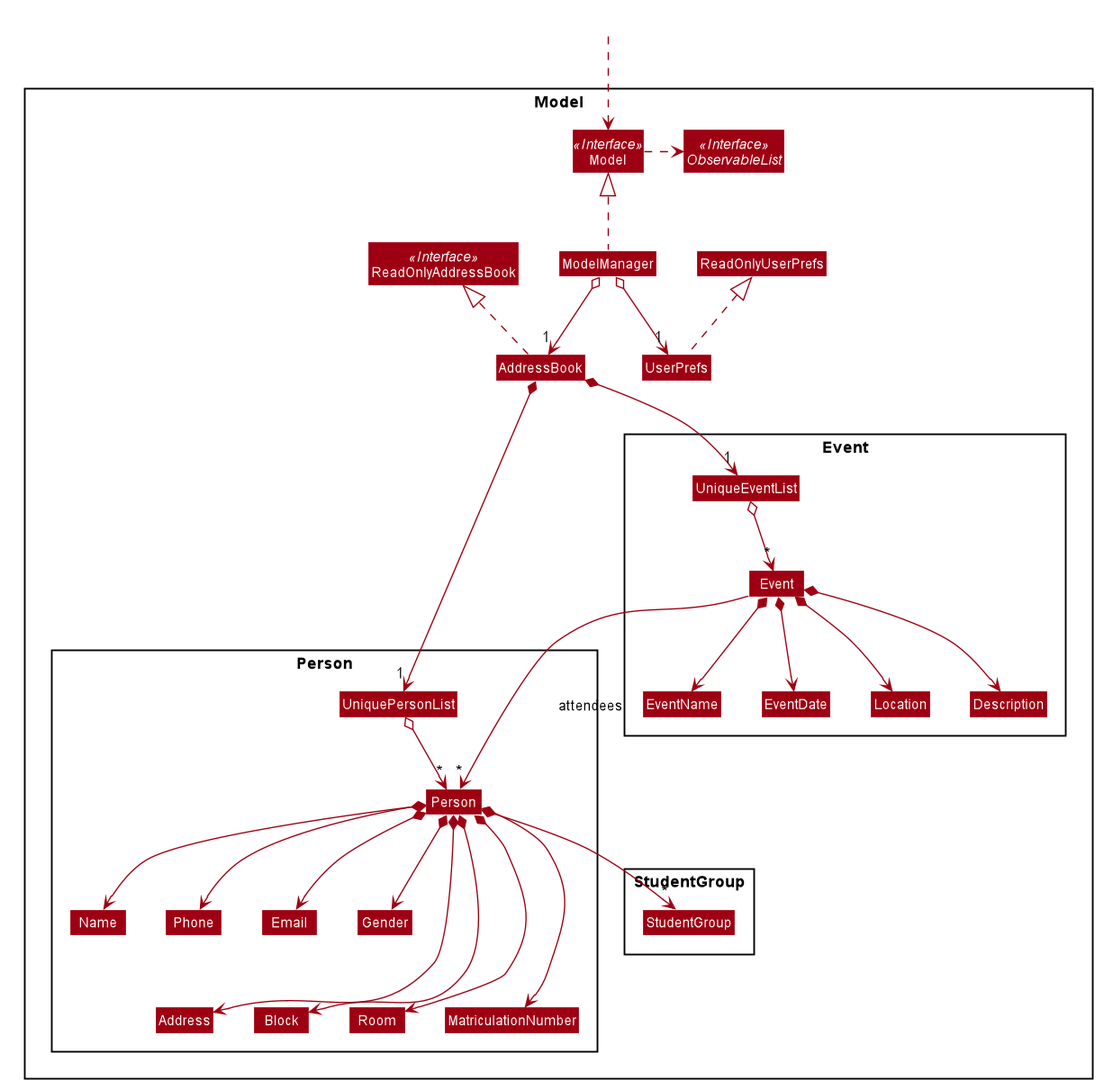
Before: docs/images/ModelClassDiagram.png, a diagram exported from PlantUML (yanchenglee98/tp).
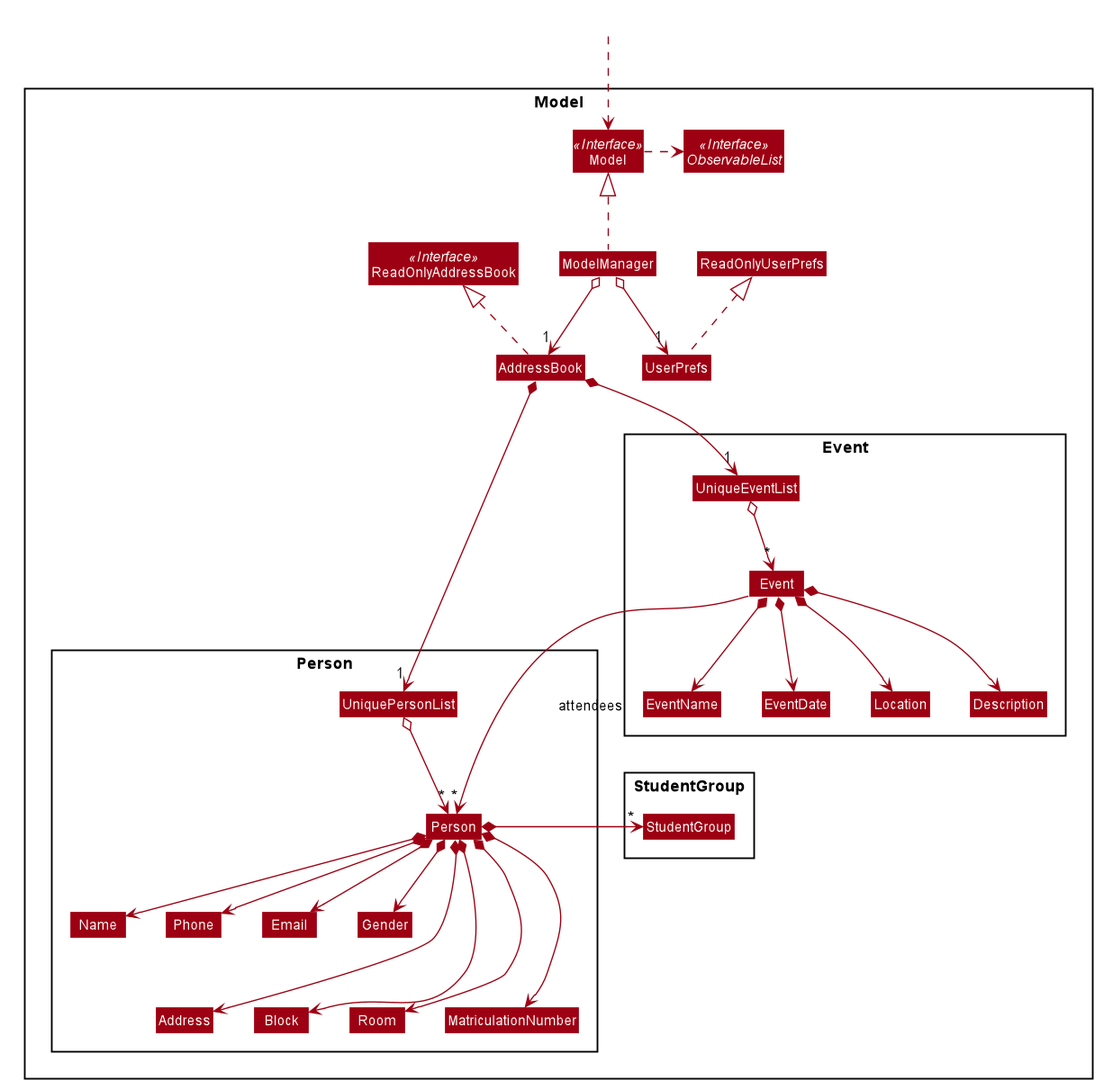
The same diagram one commit later.

Commit message:
DG: style the studentgroup module slightly

What changed in the source:
```diff
@@ -120,6 +120,6 @@
 Person *---> Room
 Person *---> Block
 Person *---> MatriculationNumber
-Person *-->"*" StudentGroup
+Person *->"*" StudentGroup
 
 @enduml
```
